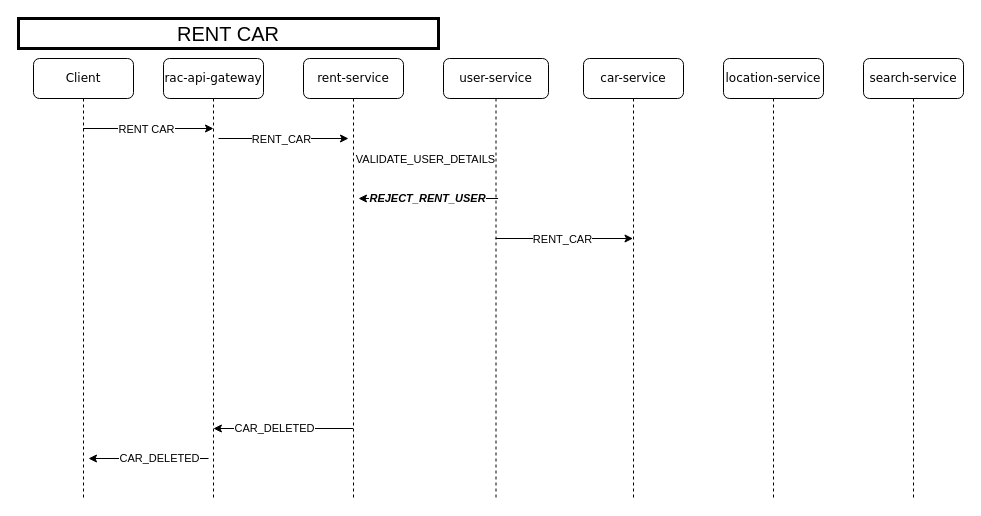
The draw.io diagram page "Rent" (3 of 3) of docs/c4/sagas.drawio in maciejgz/rac, before the edit. Source tidied: cells renumbered, new cells numbered last; positions are measured from the earlier drawing's top-left corner, leaving out a move shared by most shapes. Both pictures are drawn from the tidied source at 100%, with x=0, y=0 at pixel (18, 18).
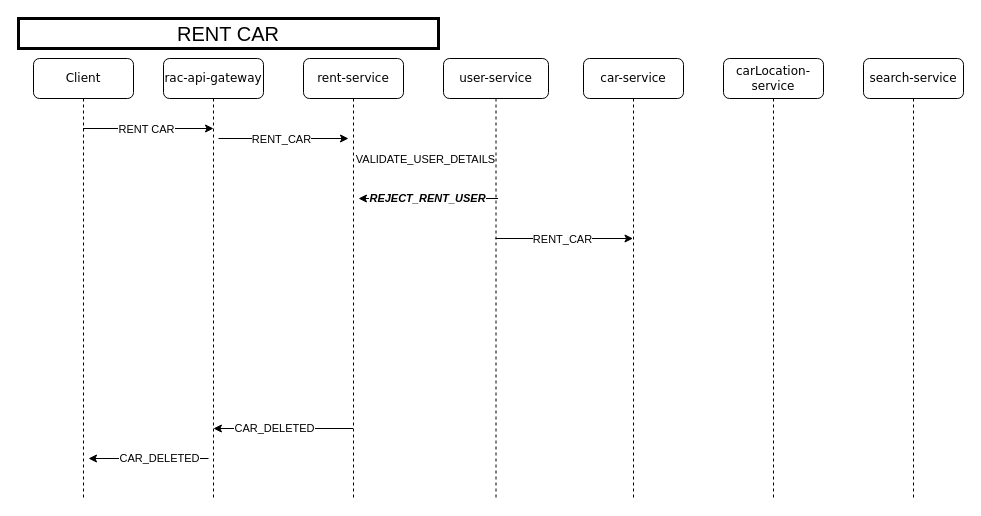
The same page after the edit.

The edit, as a diff of the source:
```diff
@@
-    <mxCell id="15" value="location-service" style="shape=umlLifeline;perimeter=lifelinePerimeter;whiteSpace=wrap;html=1;rounded=1;shadow=0;comic=0;labelBackgroundColor=none;strokeWidth=1;fontFamily=Verdana;fontSize=12;align=center;" parent="1" vertex="1">
+    <mxCell id="15" value="carLocation-service" style="shape=umlLifeline;perimeter=lifelinePerimeter;whiteSpace=wrap;html=1;rounded=1;shadow=0;comic=0;labelBackgroundColor=none;strokeWidth=1;fontFamily=Verdana;fontSize=12;align=center;" parent="1" vertex="1">
       <mxGeometry x="705" y="40" width="100" height="440" as="geometry" />
     </mxCell>
```
